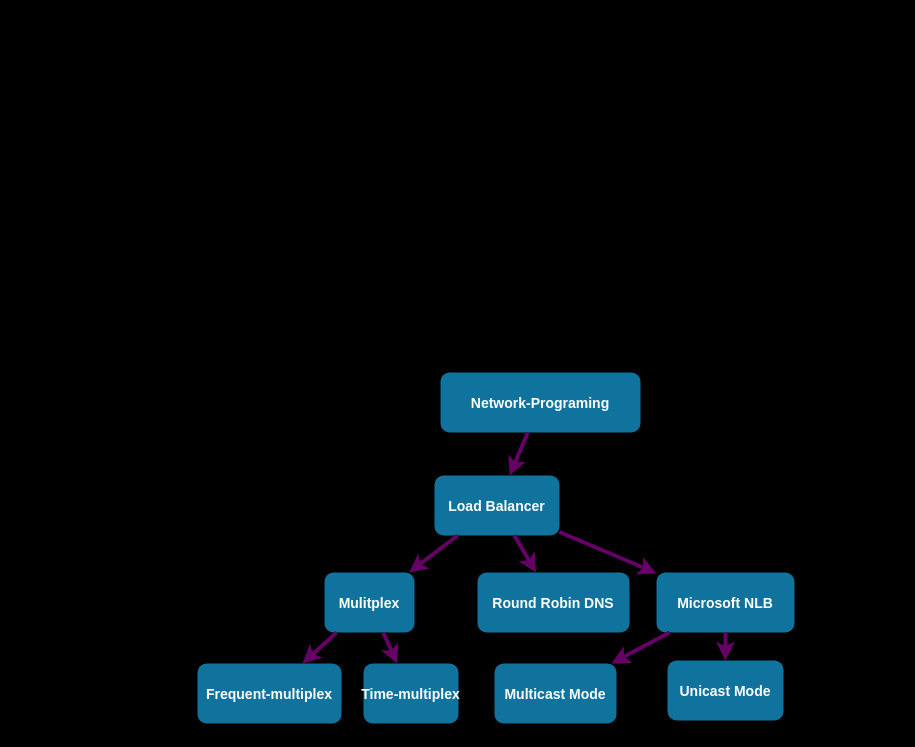
The draw.io diagram Nätverks.drawio in mogggen/Network-tests, before the edit. Source tidied: cells renumbered, new cells numbered last; positions are measured from the earlier drawing's top-left corner, leaving out a move shared by most shapes. Both pictures are drawn from the tidied source at 100%, with x=0, y=0 at pixel (197, 372).
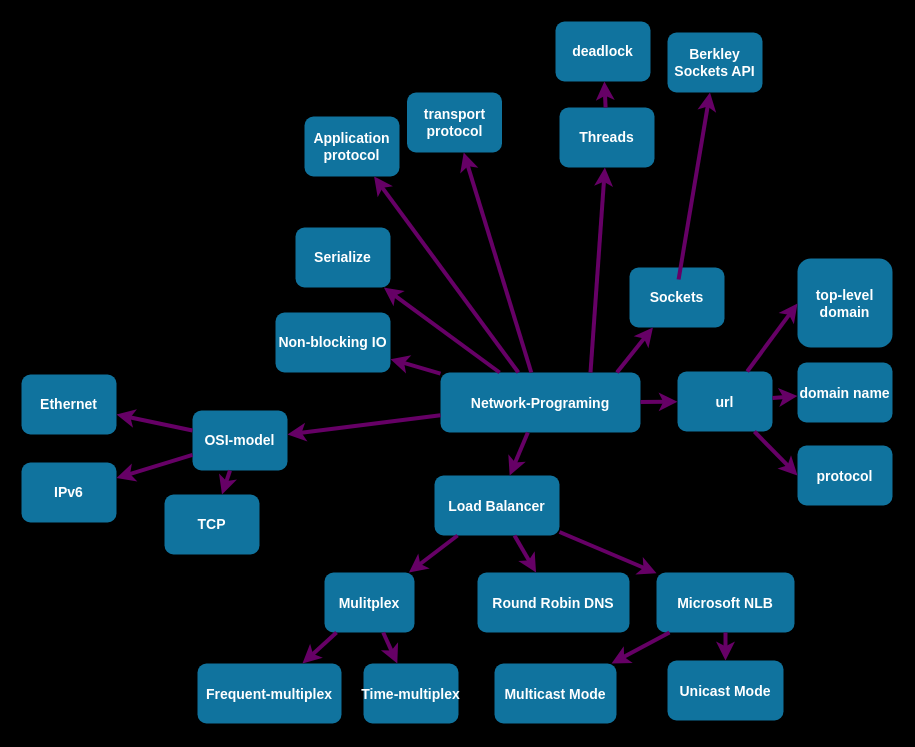
After the change.

Unchanged cells that the change refers to:
```xml
<mxCell id="2" value="Network-Programing" style="rounded=1;fillColor=#10739E;strokeColor=none;shadow=1;gradientColor=none;fontStyle=1;fontColor=#FFFFFF;fontSize=14;" parent="1" vertex="1">
  <mxGeometry x="243" width="200" height="60" as="geometry" />
</mxCell>
```

Diff of the diagram source:
```diff
@@
+    <mxCell id="19" value="url" style="rounded=1;fillColor=#10739E;strokeColor=none;shadow=1;gradientColor=none;fontStyle=1;fontColor=#FFFFFF;fontSize=14;" parent="1" vertex="1">
+      <mxGeometry x="480" y="-1" width="95" height="60" as="geometry" />
+    </mxCell>
+    <mxCell id="20" style="endArrow=classic;html=1;strokeColor=#660066;strokeWidth=4;" parent="1" edge="1" source="2" target="19">
+      <mxGeometry relative="1" as="geometry" />
+    </mxCell>
+    <mxCell id="21" value="top-level domain" style="rounded=1;fillColor=#10739E;strokeColor=none;shadow=1;gradientColor=none;fontStyle=1;fontColor=#FFFFFF;fontSize=14;whiteSpace=wrap;" parent="1" vertex="1">
+      <mxGeometry x="600" y="-114" width="95" height="89" as="geometry" />
+    </mxCell>
+    <mxCell id="22" style="endArrow=classic;html=1;strokeColor=#660066;strokeWidth=4;" parent="1" edge="1" source="19" target="21">
+      <mxGeometry relative="1" as="geometry">
+        <Array as="points">
+          <mxPoint x="600" y="-69" />
+        </Array>
+      </mxGeometry>
+    </mxCell>
+    <mxCell id="23" value="protocol" style="rounded=1;fillColor=#10739E;strokeColor=none;shadow=1;gradientColor=none;fontStyle=1;fontColor=#FFFFFF;fontSize=14;" parent="1" vertex="1">
+      <mxGeometry x="600" y="73" width="95" height="60" as="geometry" />
+    </mxCell>
+    <mxCell id="24" style="endArrow=classic;html=1;strokeColor=#660066;strokeWidth=4;entryX=0;entryY=0.5;entryDx=0;entryDy=0;" parent="1" edge="1" source="19" target="23">
+      <mxGeometry relative="1" as="geometry" />
+    </mxCell>
+    <mxCell id="25" value="domain name" style="rounded=1;fillColor=#10739E;strokeColor=none;shadow=1;gradientColor=none;fontStyle=1;fontColor=#FFFFFF;fontSize=14;" parent="1" vertex="1">
+      <mxGeometry x="600" y="-10" width="95" height="60" as="geometry" />
+    </mxCell>
+    <mxCell id="26" style="endArrow=classic;html=1;strokeColor=#660066;strokeWidth=4;" parent="1" edge="1" source="19" target="25">
+      <mxGeometry relative="1" as="geometry" />
+    </mxCell>
+    <mxCell id="27" value="Non-blocking IO" style="rounded=1;fillColor=#10739E;strokeColor=none;shadow=1;gradientColor=none;fontStyle=1;fontColor=#FFFFFF;fontSize=14;whiteSpace=wrap;" parent="1" vertex="1">
+      <mxGeometry x="78" y="-60" width="115" height="60" as="geometry" />
+    </mxCell>
+    <mxCell id="28" style="endArrow=classic;html=1;strokeColor=#660066;strokeWidth=4;" parent="1" edge="1" source="2" target="27">
+      <mxGeometry relative="1" as="geometry" />
+    </mxCell>
+    <mxCell id="29" value="OSI-model" style="rounded=1;fillColor=#10739E;strokeColor=none;shadow=1;gradientColor=none;fontStyle=1;fontColor=#FFFFFF;fontSize=14;whiteSpace=wrap;" parent="1" vertex="1">
+      <mxGeometry x="-5" y="38" width="95" height="60" as="geometry" />
+    </mxCell>
+    <mxCell id="30" style="endArrow=classic;html=1;strokeColor=#660066;strokeWidth=4;" parent="1" edge="1" source="2" target="29">
+      <mxGeometry relative="1" as="geometry" />
+    </mxCell>
+    <mxCell id="31" value="Ethernet" style="rounded=1;fillColor=#10739E;strokeColor=none;shadow=1;gradientColor=none;fontStyle=1;fontColor=#FFFFFF;fontSize=14;whiteSpace=wrap;" parent="1" vertex="1">
+      <mxGeometry x="-176" y="2" width="95" height="60" as="geometry" />
+    </mxCell>
+    <mxCell id="32" style="endArrow=classic;html=1;strokeColor=#660066;strokeWidth=4;" parent="1" edge="1" source="29" target="31">
+      <mxGeometry relative="1" as="geometry" />
+    </mxCell>
+    <mxCell id="33" value="IPv6" style="rounded=1;fillColor=#10739E;strokeColor=none;shadow=1;gradientColor=none;fontStyle=1;fontColor=#FFFFFF;fontSize=14;whiteSpace=wrap;" parent="1" vertex="1">
+      <mxGeometry x="-176" y="90" width="95" height="60" as="geometry" />
+    </mxCell>
+    <mxCell id="34" style="endArrow=classic;html=1;strokeColor=#660066;strokeWidth=4;" parent="1" edge="1" source="29" target="33">
+      <mxGeometry relative="1" as="geometry" />
+    </mxCell>
+    <mxCell id="35" value="TCP" style="rounded=1;fillColor=#10739E;strokeColor=none;shadow=1;gradientColor=none;fontStyle=1;fontColor=#FFFFFF;fontSize=14;whiteSpace=wrap;" parent="1" vertex="1">
+      <mxGeometry x="-33" y="122" width="95" height="60" as="geometry" />
+    </mxCell>
+    <mxCell id="36" style="endArrow=classic;html=1;strokeColor=#660066;strokeWidth=4;" parent="1" edge="1" source="29" target="35">
+      <mxGeometry relative="1" as="geometry" />
+    </mxCell>
+    <mxCell id="37" value="Threads" style="rounded=1;fillColor=#10739E;strokeColor=none;shadow=1;gradientColor=none;fontStyle=1;fontColor=#FFFFFF;fontSize=14;whiteSpace=wrap;" parent="1" vertex="1">
+      <mxGeometry x="362" y="-265" width="95" height="60" as="geometry" />
+    </mxCell>
+    <mxCell id="38" style="endArrow=classic;html=1;strokeColor=#660066;strokeWidth=4;exitX=0.75;exitY=0;exitDx=0;exitDy=0;" parent="1" edge="1" source="2" target="37">
+      <mxGeometry relative="1" as="geometry" />
+    </mxCell>
+    <mxCell id="39" value="deadlock" style="rounded=1;fillColor=#10739E;strokeColor=none;shadow=1;gradientColor=none;fontStyle=1;fontColor=#FFFFFF;fontSize=14;whiteSpace=wrap;" parent="1" vertex="1">
+      <mxGeometry x="358" y="-351" width="95" height="60" as="geometry" />
+    </mxCell>
+    <mxCell id="40" style="endArrow=classic;html=1;strokeColor=#660066;strokeWidth=4;" parent="1" edge="1" source="37" target="39">
+      <mxGeometry relative="1" as="geometry" />
+    </mxCell>
+    <mxCell id="41" value="Serialize" style="rounded=1;fillColor=#10739E;strokeColor=none;shadow=1;gradientColor=none;fontStyle=1;fontColor=#FFFFFF;fontSize=14;whiteSpace=wrap;" parent="1" vertex="1">
+      <mxGeometry x="98" y="-145" width="95" height="60" as="geometry" />
+    </mxCell>
+    <mxCell id="42" style="endArrow=classic;html=1;strokeColor=#660066;strokeWidth=4;" parent="1" edge="1" source="2" target="41">
+      <mxGeometry relative="1" as="geometry" />
+    </mxCell>
+    <mxCell id="43" value="Application protocol" style="rounded=1;fillColor=#10739E;strokeColor=none;shadow=1;gradientColor=none;fontStyle=1;fontColor=#FFFFFF;fontSize=14;whiteSpace=wrap;" parent="1" vertex="1">
+      <mxGeometry x="107" y="-256" width="95" height="60" as="geometry" />
+    </mxCell>
+    <mxCell id="44" style="endArrow=classic;html=1;strokeColor=#660066;strokeWidth=4;" parent="1" edge="1" source="2" target="43">
+      <mxGeometry relative="1" as="geometry" />
+    </mxCell>
+    <mxCell id="45" value="transport protocol" style="rounded=1;fillColor=#10739E;strokeColor=none;shadow=1;gradientColor=none;fontStyle=1;fontColor=#FFFFFF;fontSize=14;whiteSpace=wrap;" parent="1" vertex="1">
+      <mxGeometry x="209.5" y="-280" width="95" height="60" as="geometry" />
+    </mxCell>
+    <mxCell id="46" style="endArrow=classic;html=1;strokeColor=#660066;strokeWidth=4;" parent="1" edge="1" source="2" target="45">
+      <mxGeometry relative="1" as="geometry" />
+    </mxCell>
+    <mxCell id="47" value="Sockets" style="rounded=1;fillColor=#10739E;strokeColor=none;shadow=1;gradientColor=none;fontStyle=1;fontColor=#FFFFFF;fontSize=14;whiteSpace=wrap;" parent="1" vertex="1">
+      <mxGeometry x="432" y="-105" width="95" height="60" as="geometry" />
+    </mxCell>
+    <mxCell id="48" style="endArrow=classic;html=1;strokeColor=#660066;strokeWidth=4;exitX=0.882;exitY=-0.002;exitDx=0;exitDy=0;exitPerimeter=0;" parent="1" edge="1" source="2" target="47">
+      <mxGeometry relative="1" as="geometry" />
+    </mxCell>
+    <mxCell id="49" value="Berkley Sockets API" style="rounded=1;fillColor=#10739E;strokeColor=none;shadow=1;gradientColor=none;fontStyle=1;fontColor=#FFFFFF;fontSize=14;whiteSpace=wrap;" parent="1" vertex="1">
+      <mxGeometry x="470" y="-340" width="95" height="60" as="geometry" />
+    </mxCell>
+    <mxCell id="50" style="endArrow=classic;html=1;strokeColor=#660066;strokeWidth=4;" parent="1" edge="1" target="49">
+      <mxGeometry relative="1" as="geometry">
+        <mxPoint x="481.1" y="-93" as="sourcePoint" />
+      </mxGeometry>
+    </mxCell>
```
